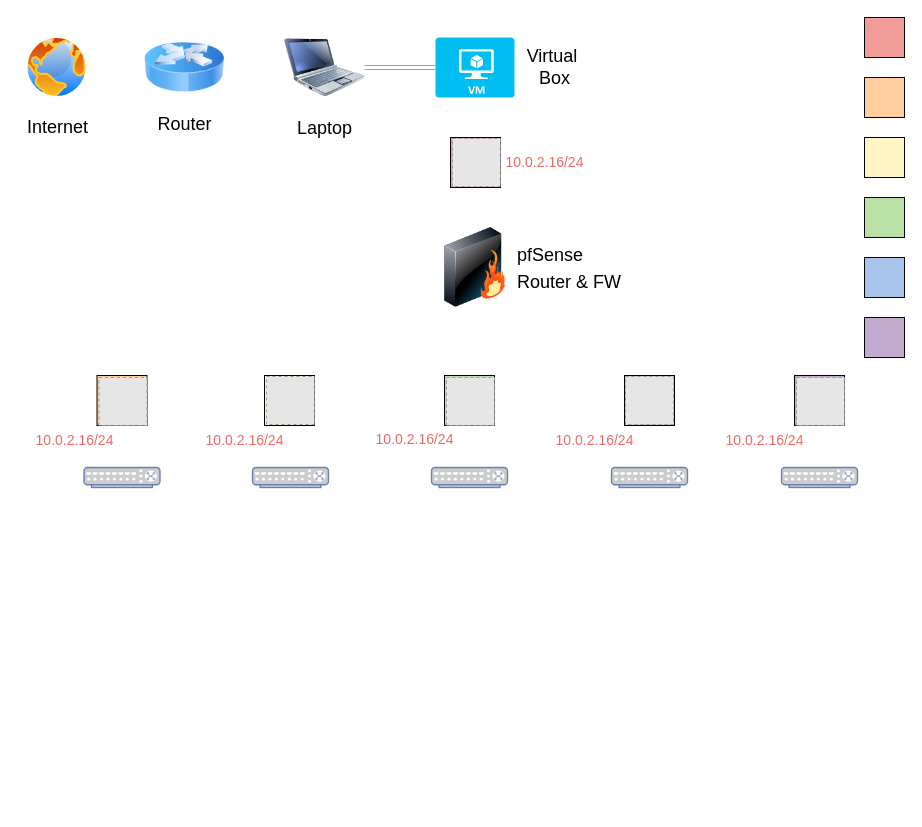
Before: homelab-network.drawio in rhit-goldmate/homelab, a draw.io diagram. Source tidied: cells renumbered, new cells numbered last; positions are measured from the earlier drawing's top-left corner, leaving out a move shared by most shapes. Both pictures are drawn from the tidied source at 100%, with x=0, y=0 at pixel (16, 17). Pictures stored in the file or linked from it are replaced by grey dashed boxes.
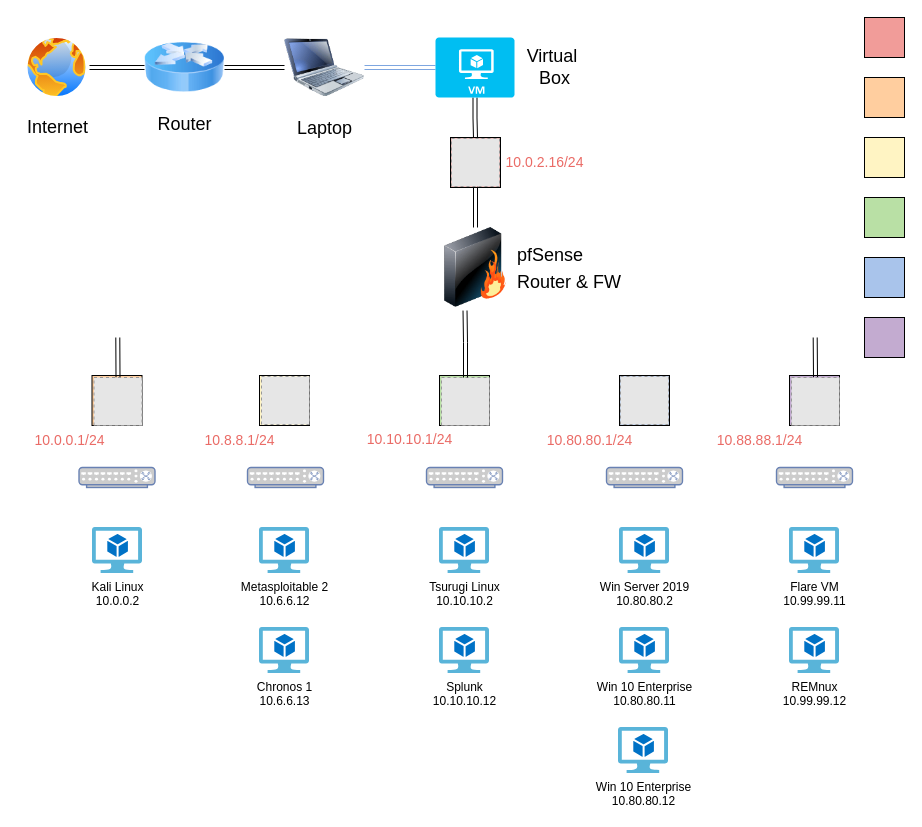
The same diagram, later.

Unchanged cells that the change refers to:
```xml
<mxCell id="2" value="&lt;font style=&quot;font-size: 18px;&quot;&gt;pfSense&lt;/font&gt;&lt;div&gt;&lt;font style=&quot;font-size: 18px;&quot;&gt;Router &amp;amp; FW&lt;/font&gt;&lt;/div&gt;" style="image;html=1;labelBackgroundColor=#ffffff;image=img/lib/clip_art/networking/Firewall_128x128.png;rounded=1;shadow=0;comic=0;strokeWidth=2;fontSize=22;labelPosition=right;verticalLabelPosition=middle;align=left;verticalAlign=middle;" parent="1" vertex="1">
  <mxGeometry x="419" y="210" width="80" height="80" as="geometry" />
</mxCell>
<mxCell id="4" value="&lt;font style=&quot;font-size: 18px;&quot;&gt;Laptop&lt;/font&gt;" style="image;html=1;labelBackgroundColor=#ffffff;image=img/lib/clip_art/computers/Netbook_128x128.png;rounded=1;shadow=0;comic=0;strokeColor=#000000;strokeWidth=2;fillColor=#FFFFFF;fontSize=22;fontColor=#000000;" parent="1" vertex="1">
  <mxGeometry x="268" y="10" width="80" height="80" as="geometry" />
</mxCell>
<mxCell id="5" value="&lt;p&gt;&lt;br&gt;&lt;/p&gt;" style="verticalLabelPosition=bottom;html=1;verticalAlign=top;align=center;strokeColor=none;fillColor=#00BEF2;shape=mxgraph.azure.virtual_machine;" parent="1" vertex="1">
  <mxGeometry x="419" y="20" width="79" height="60" as="geometry" />
</mxCell>
<mxCell id="8" style="image;perimeter=ellipsePerimeter;html=1;align=center;shadow=0;dashed=0;spacingTop=3;image=img/lib/active_directory/internet_globe.svg;" parent="1" vertex="1">
  <mxGeometry x="8" y="17.5" width="65" height="65" as="geometry" />
</mxCell>
<mxCell id="10" value="&lt;font style=&quot;font-size: 18px;&quot;&gt;Router&lt;/font&gt;" style="image;html=1;image=img/lib/clip_art/networking/Router_Icon_128x128.png;" parent="1" vertex="1">
  <mxGeometry x="128" y="10" width="80" height="80" as="geometry" />
</mxCell>
```

Change to the diagram source:
```diff
@@
+    <mxCell id="39" style="edgeStyle=orthogonalEdgeStyle;shape=link;rounded=0;jettySize=auto;html=1;" parent="1" edge="1" source="5" target="12">
+      <mxGeometry relative="1" as="geometry" />
+    </mxCell>
@@
+    <mxCell id="40" style="edgeStyle=orthogonalEdgeStyle;shape=link;rounded=0;jettySize=auto;html=1;" parent="1" edge="1" source="8" target="10">
+      <mxGeometry relative="1" as="geometry" />
+    </mxCell>
@@
+    <mxCell id="41" style="edgeStyle=orthogonalEdgeStyle;shape=link;rounded=0;jettySize=auto;html=1;" parent="1" edge="1" source="10" target="4">
+      <mxGeometry relative="1" as="geometry" />
+    </mxCell>
@@
+    <mxCell id="42" style="edgeStyle=orthogonalEdgeStyle;shape=link;rounded=0;jettySize=auto;html=1;" parent="1" edge="1" source="12" target="2">
+      <mxGeometry relative="1" as="geometry" />
+    </mxCell>
     <mxCell id="12" style="fillColor=#E6E6E6;strokeColor=#999999;dashed=1;html=1;verticalAlign=top;verticalLabelPosition=bottom;labelBackgroundColor=#ffffff;" parent="1" vertex="1">
-      <mxGeometry x="436" y="121" width="48" height="48" as="geometry" />
+      <mxGeometry x="435" y="121" width="48" height="48" as="geometry" />
     </mxCell>
-    <mxCell id="13" value="&lt;font style=&quot;font-size: 14px;&quot; color=&quot;#ea6b66&quot;&gt;10.0.2.16/24&lt;/font&gt;" style="text;html=1;align=center;verticalAlign=middle;strokeColor=none;fillColor=none;" parent="1" vertex="1">
-      <mxGeometry x="8" y="408" width="100" height="30" as="geometry" />
+    <mxCell id="13" value="&lt;font style=&quot;font-size: 14px;&quot; color=&quot;#ea6b66&quot;&gt;10.0.0.1/24&lt;/font&gt;" style="text;html=1;align=center;verticalAlign=middle;strokeColor=none;fillColor=none;" parent="1" vertex="1">
+      <mxGeometry x="8" y="408" width="90" height="30" as="geometry" />
     </mxCell>
@@
-    <mxCell id="15" value="&lt;font style=&quot;font-size: 14px;&quot; color=&quot;#ea6b66&quot;&gt;10.0.2.16/24&lt;/font&gt;" style="text;html=1;align=center;verticalAlign=middle;strokeColor=none;fillColor=none;" parent="1" vertex="1">
-      <mxGeometry x="178" y="408" width="100" height="30" as="geometry" />
+    <mxCell id="15" value="&lt;font style=&quot;font-size: 14px;&quot; color=&quot;#ea6b66&quot;&gt;10.8.8.1/24&lt;/font&gt;" style="text;html=1;align=center;verticalAlign=middle;strokeColor=none;fillColor=none;" parent="1" vertex="1">
+      <mxGeometry x="178" y="408" width="90" height="30" as="geometry" />
     </mxCell>
@@
     <mxCell id="20" style="whiteSpace=wrap;html=1;fillColor=#FFCE9F;" parent="1" vertex="1">
-      <mxGeometry x="80.5" y="358" width="50" height="50" as="geometry" />
+      <mxGeometry x="75.5" y="358" width="50" height="50" as="geometry" />
     </mxCell>
+    <mxCell id="43" style="edgeStyle=none;shape=link;rounded=0;jettySize=auto;html=1;exitX=0.5;exitY=0;exitDx=0;exitDy=0;" parent="1" edge="1" source="21">
+      <mxGeometry relative="1" as="geometry">
+        <mxPoint x="101.3" y="320" as="targetPoint" />
+      </mxGeometry>
+    </mxCell>
     <mxCell id="21" style="fillColor=#E6E6E6;strokeColor=#999999;dashed=1;html=1;verticalAlign=top;verticalLabelPosition=bottom;labelBackgroundColor=#ffffff;" parent="1" vertex="1">
-      <mxGeometry x="82.5" y="360" width="48" height="48" as="geometry" />
+      <mxGeometry x="77.5" y="360" width="48" height="48" as="geometry" />
     </mxCell>
     <mxCell id="22" style="whiteSpace=wrap;html=1;fillColor=#FFF4C3;" parent="1" vertex="1">
-      <mxGeometry x="248" y="358" width="50" height="50" as="geometry" />
+      <mxGeometry x="243" y="358" width="50" height="50" as="geometry" />
     </mxCell>
     <mxCell id="23" style="whiteSpace=wrap;html=1;fillColor=#B9E0A5;" parent="1" vertex="1">
-      <mxGeometry x="428" y="358" width="50" height="50" as="geometry" />
+      <mxGeometry x="423" y="358" width="50" height="50" as="geometry" />
     </mxCell>
     <mxCell id="24" style="whiteSpace=wrap;html=1;fillColor=#A9C4EB;" parent="1" vertex="1">
-      <mxGeometry x="608" y="358" width="50" height="50" as="geometry" />
+      <mxGeometry x="603" y="358" width="50" height="50" as="geometry" />
     </mxCell>
     <mxCell id="25" style="whiteSpace=wrap;html=1;fillColor=#C3ABD0;" parent="1" vertex="1">
-      <mxGeometry x="778" y="358" width="50" height="50" as="geometry" />
+      <mxGeometry x="773" y="358" width="50" height="50" as="geometry" />
     </mxCell>
     <mxCell id="26" style="fillColor=#E6E6E6;strokeColor=#999999;dashed=1;html=1;verticalAlign=top;verticalLabelPosition=bottom;labelBackgroundColor=#ffffff;" parent="1" vertex="1">
-      <mxGeometry x="250" y="359" width="48" height="48" as="geometry" />
+      <mxGeometry x="245" y="359" width="48" height="48" as="geometry" />
     </mxCell>
     <mxCell id="27" style="fillColor=#E6E6E6;strokeColor=#999999;dashed=1;html=1;verticalAlign=top;verticalLabelPosition=bottom;labelBackgroundColor=#ffffff;" parent="1" vertex="1">
-      <mxGeometry x="430" y="360" width="48" height="48" as="geometry" />
+      <mxGeometry x="425" y="360" width="48" height="48" as="geometry" />
     </mxCell>
     <mxCell id="28" style="fillColor=#E6E6E6;strokeColor=#999999;dashed=1;html=1;verticalAlign=top;verticalLabelPosition=bottom;labelBackgroundColor=#ffffff;" parent="1" vertex="1">
-      <mxGeometry x="609" y="359" width="48" height="48" as="geometry" />
+      <mxGeometry x="604" y="359" width="48" height="48" as="geometry" />
     </mxCell>
+    <mxCell id="44" style="edgeStyle=none;shape=link;rounded=0;jettySize=auto;html=1;exitX=0.5;exitY=0;exitDx=0;exitDy=0;" parent="1" edge="1" source="29">
+      <mxGeometry relative="1" as="geometry">
+        <mxPoint x="798.7" y="320" as="targetPoint" />
+      </mxGeometry>
+    </mxCell>
     <mxCell id="29" style="fillColor=#E6E6E6;strokeColor=#999999;dashed=1;html=1;verticalAlign=top;verticalLabelPosition=bottom;labelBackgroundColor=#ffffff;" parent="1" vertex="1">
-      <mxGeometry x="780" y="360" width="48" height="48" as="geometry" />
+      <mxGeometry x="775" y="360" width="48" height="48" as="geometry" />
     </mxCell>
-    <mxCell id="30" value="&lt;font style=&quot;font-size: 14px;&quot; color=&quot;#ea6b66&quot;&gt;10.0.2.16/24&lt;/font&gt;" style="text;html=1;align=center;verticalAlign=middle;strokeColor=none;fillColor=none;" parent="1" vertex="1">
-      <mxGeometry x="348" y="407" width="100" height="30" as="geometry" />
+    <mxCell id="30" value="&lt;font style=&quot;font-size: 14px;&quot; color=&quot;#ea6b66&quot;&gt;10.10.10.1/24&lt;/font&gt;" style="text;html=1;align=center;verticalAlign=middle;strokeColor=none;fillColor=none;" parent="1" vertex="1">
+      <mxGeometry x="338" y="407" width="110" height="30" as="geometry" />
     </mxCell>
-    <mxCell id="31" value="&lt;font style=&quot;font-size: 14px;&quot; color=&quot;#ea6b66&quot;&gt;10.0.2.16/24&lt;/font&gt;" style="text;html=1;align=center;verticalAlign=middle;strokeColor=none;fillColor=none;" parent="1" vertex="1">
-      <mxGeometry x="528" y="408" width="100" height="30" as="geometry" />
+    <mxCell id="31" value="&lt;font style=&quot;font-size: 14px;&quot; color=&quot;#ea6b66&quot;&gt;10.80.80.1/24&lt;/font&gt;" style="text;html=1;align=center;verticalAlign=middle;strokeColor=none;fillColor=none;" parent="1" vertex="1">
+      <mxGeometry x="518" y="408" width="110" height="30" as="geometry" />
     </mxCell>
-    <mxCell id="32" value="&lt;font style=&quot;font-size: 14px;&quot; color=&quot;#ea6b66&quot;&gt;10.0.2.16/24&lt;/font&gt;" style="text;html=1;align=center;verticalAlign=middle;strokeColor=none;fillColor=none;" parent="1" vertex="1">
-      <mxGeometry x="698" y="408" width="100" height="30" as="geometry" />
+    <mxCell id="32" value="&lt;font style=&quot;font-size: 14px;&quot; color=&quot;#ea6b66&quot;&gt;10.88.88.1/24&lt;/font&gt;" style="text;html=1;align=center;verticalAlign=middle;strokeColor=none;fillColor=none;" parent="1" vertex="1">
+      <mxGeometry x="688" y="408" width="110" height="30" as="geometry" />
     </mxCell>
@@
     <mxCell id="34" style="fontColor=#0066CC;verticalAlign=top;verticalLabelPosition=bottom;labelPosition=center;align=center;html=1;fillColor=#CCCCCC;strokeColor=#6881B3;gradientColor=none;gradientDirection=north;strokeWidth=2;shape=mxgraph.networks.switch;" parent="1" vertex="1">
-      <mxGeometry x="765" y="450" width="76" height="20" as="geometry" />
+      <mxGeometry x="760" y="450" width="76" height="20" as="geometry" />
     </mxCell>
     <mxCell id="35" style="fontColor=#0066CC;verticalAlign=top;verticalLabelPosition=bottom;labelPosition=center;align=center;html=1;fillColor=#CCCCCC;strokeColor=#6881B3;gradientColor=none;gradientDirection=north;strokeWidth=2;shape=mxgraph.networks.switch;" parent="1" vertex="1">
-      <mxGeometry x="595" y="450" width="76" height="20" as="geometry" />
+      <mxGeometry x="590" y="450" width="76" height="20" as="geometry" />
     </mxCell>
     <mxCell id="36" style="fontColor=#0066CC;verticalAlign=top;verticalLabelPosition=bottom;labelPosition=center;align=center;html=1;fillColor=#CCCCCC;strokeColor=#6881B3;gradientColor=none;gradientDirection=north;strokeWidth=2;shape=mxgraph.networks.switch;" parent="1" vertex="1">
-      <mxGeometry x="415" y="450" width="76" height="20" as="geometry" />
+      <mxGeometry x="410" y="450" width="76" height="20" as="geometry" />
     </mxCell>
     <mxCell id="37" style="fontColor=#0066CC;verticalAlign=top;verticalLabelPosition=bottom;labelPosition=center;align=center;html=1;fillColor=#CCCCCC;strokeColor=#6881B3;gradientColor=none;gradientDirection=north;strokeWidth=2;shape=mxgraph.networks.switch;" parent="1" vertex="1">
-      <mxGeometry x="236" y="450" width="76" height="20" as="geometry" />
+      <mxGeometry x="231" y="450" width="76" height="20" as="geometry" />
     </mxCell>
     <mxCell id="38" style="fontColor=#0066CC;verticalAlign=top;verticalLabelPosition=bottom;labelPosition=center;align=center;html=1;fillColor=#CCCCCC;strokeColor=#6881B3;gradientColor=none;gradientDirection=north;strokeWidth=2;shape=mxgraph.networks.switch;" parent="1" vertex="1">
-      <mxGeometry x="67.5" y="450" width="76" height="20" as="geometry" />
+      <mxGeometry x="62.5" y="450" width="76" height="20" as="geometry" />
     </mxCell>
+    <mxCell id="45" value="Kali Linux&lt;div&gt;10.0.0.2&lt;/div&gt;" style="image;sketch=0;html=1;align=center;fontSize=12;image=img/lib/mscae/Virtual_Machine_2.svg;" parent="1" vertex="1">
+      <mxGeometry x="76" y="510" width="50" height="46" as="geometry" />
+    </mxCell>
+    <mxCell id="46" value="Metasploitable 2&lt;div&gt;10.6.6.12&lt;/div&gt;" style="image;sketch=0;html=1;align=center;fontSize=12;image=img/lib/mscae/Virtual_Machine_2.svg;" parent="1" vertex="1">
+      <mxGeometry x="243" y="510" width="50" height="46" as="geometry" />
+    </mxCell>
+    <mxCell id="47" value="Chronos 1&lt;div&gt;10.6.6.13&lt;/div&gt;" style="image;sketch=0;html=1;align=center;fontSize=12;image=img/lib/mscae/Virtual_Machine_2.svg;" parent="1" vertex="1">
+      <mxGeometry x="243" y="610" width="50" height="46" as="geometry" />
+    </mxCell>
+    <mxCell id="48" value="Tsurugi Linux&lt;div&gt;10.10.10.2&lt;/div&gt;" style="image;sketch=0;html=1;align=center;fontSize=12;image=img/lib/mscae/Virtual_Machine_2.svg;" parent="1" vertex="1">
+      <mxGeometry x="423" y="510" width="50" height="46" as="geometry" />
+    </mxCell>
+    <mxCell id="49" value="Splunk&lt;div&gt;10.10.10.12&lt;/div&gt;" style="image;sketch=0;html=1;align=center;fontSize=12;image=img/lib/mscae/Virtual_Machine_2.svg;" parent="1" vertex="1">
+      <mxGeometry x="423" y="610" width="50" height="46" as="geometry" />
+    </mxCell>
+    <mxCell id="50" value="Flare VM&lt;div&gt;10.99.99.11&lt;/div&gt;" style="image;sketch=0;html=1;align=center;fontSize=12;image=img/lib/mscae/Virtual_Machine_2.svg;" parent="1" vertex="1">
+      <mxGeometry x="773" y="510" width="50" height="46" as="geometry" />
+    </mxCell>
+    <mxCell id="51" value="REMnux&lt;div&gt;10.99.99.12&lt;/div&gt;" style="image;sketch=0;html=1;align=center;fontSize=12;image=img/lib/mscae/Virtual_Machine_2.svg;" parent="1" vertex="1">
+      <mxGeometry x="773" y="610" width="50" height="46" as="geometry" />
+    </mxCell>
+    <mxCell id="52" value="Win Server 2019&lt;div&gt;10.80.80.2&lt;/div&gt;" style="image;sketch=0;html=1;align=center;fontSize=12;image=img/lib/mscae/Virtual_Machine_2.svg;" parent="1" vertex="1">
+      <mxGeometry x="603" y="510" width="50" height="46" as="geometry" />
+    </mxCell>
+    <mxCell id="53" value="Win 10 Enterprise&lt;div&gt;10.80.80.11&lt;/div&gt;" style="image;sketch=0;html=1;align=center;fontSize=12;image=img/lib/mscae/Virtual_Machine_2.svg;" parent="1" vertex="1">
+      <mxGeometry x="603" y="610" width="50" height="46" as="geometry" />
+    </mxCell>
+    <mxCell id="54" value="Win 10 Enterprise&lt;div&gt;10.80.80.12&lt;/div&gt;" style="image;sketch=0;html=1;align=center;fontSize=12;image=img/lib/mscae/Virtual_Machine_2.svg;" parent="1" vertex="1">
+      <mxGeometry x="602" y="710" width="50" height="46" as="geometry" />
+    </mxCell>
+    <mxCell id="55" style="edgeStyle=orthogonalEdgeStyle;shape=link;rounded=0;jettySize=auto;html=1;exitX=0.5;exitY=0;exitDx=0;exitDy=0;entryX=0.369;entryY=1.038;entryDx=0;entryDy=0;entryPerimeter=0;" parent="1" edge="1" source="27" target="2">
+      <mxGeometry relative="1" as="geometry" />
+    </mxCell>
```
